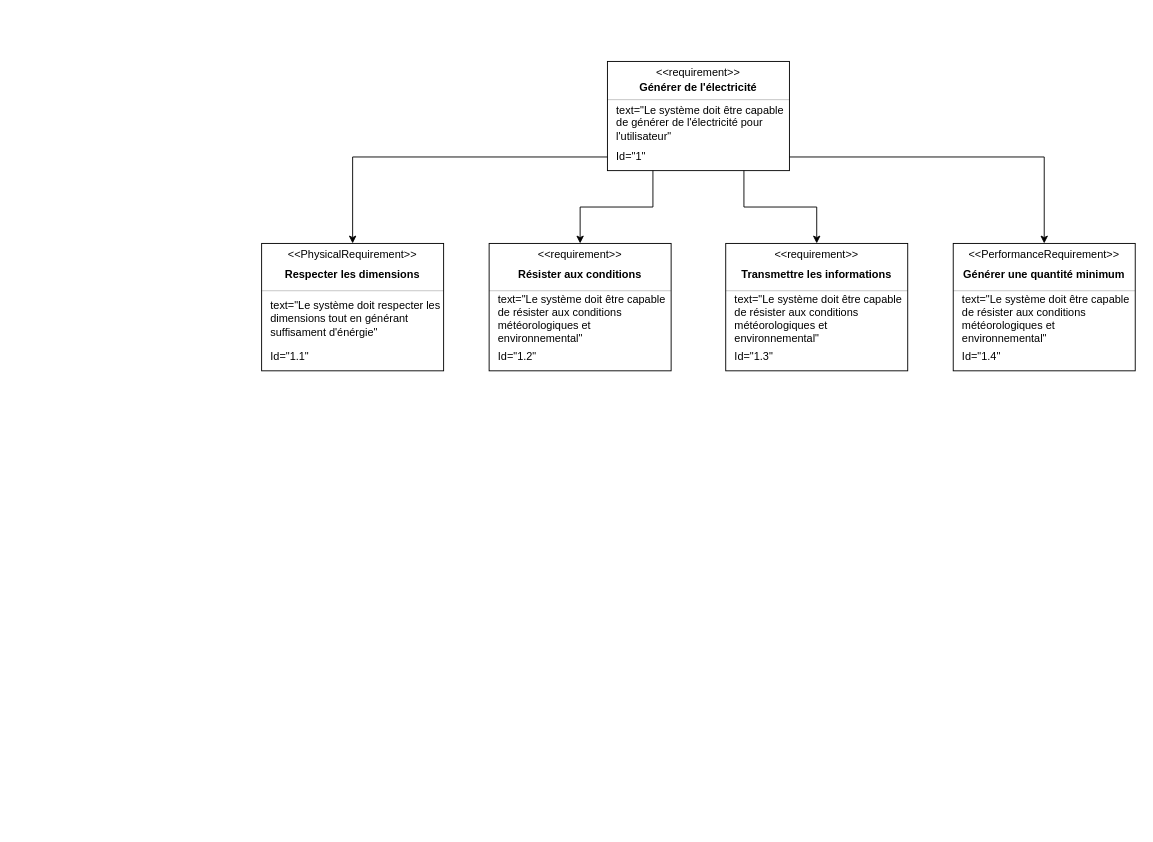
Above: Exigences.drawio in ItoKube/FrostedGlass (draw.io), before the change. Source tidied: cells renumbered, new cells numbered last; positions are measured from the earlier drawing's top-left corner, leaving out a move shared by most shapes. Both pictures are drawn from the tidied source at 91%, with x=0, y=0 at pixel (261, 61).
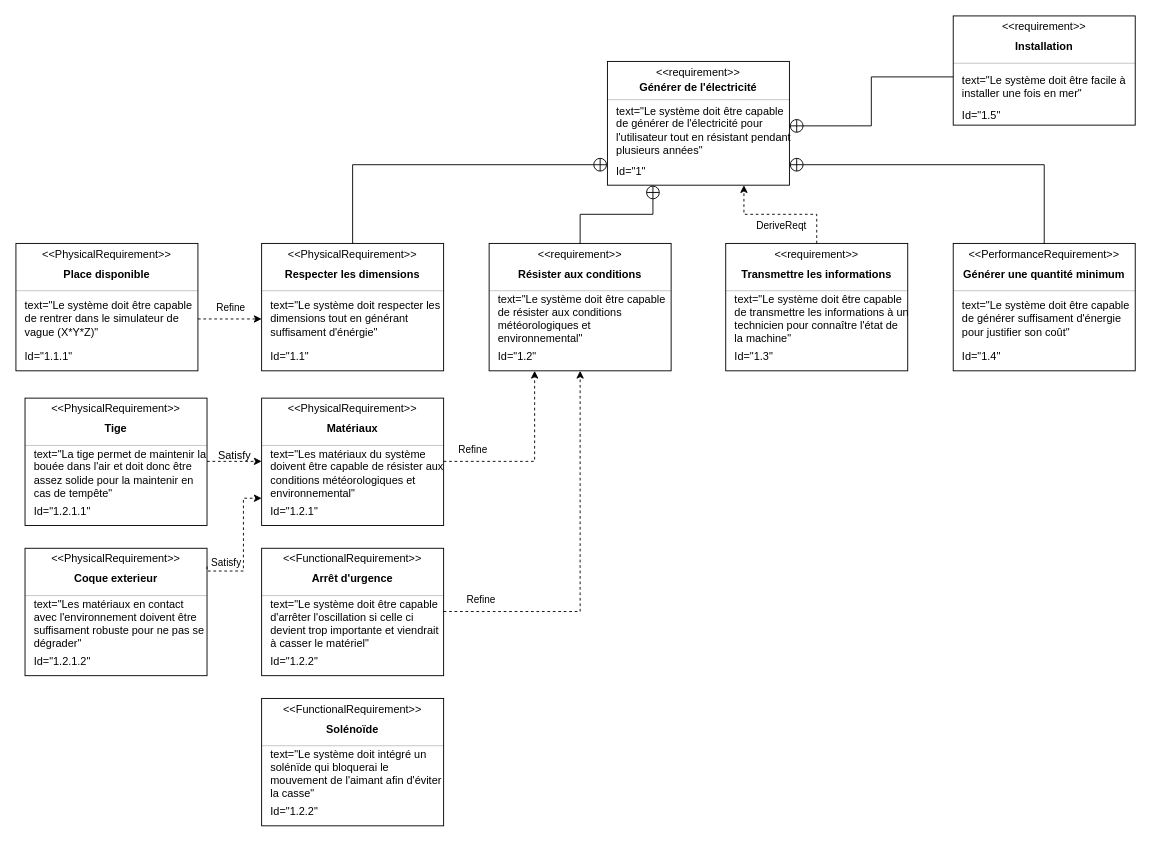
The same page after the edit.

Commit message (it also covers changes not shown here):
Mettre à jour Exigences.drawio

The change refers to these unchanged cells:
```xml
<mxCell id="10" value="&amp;lt;&amp;lt;requirement&amp;gt;&amp;gt;" style="html=1;align=center;spacing=0;verticalAlign=middle;strokeColor=none;fillColor=none;whiteSpace=wrap;spacingTop=3;" parent="9" vertex="1">
  <mxGeometry width="200" height="20" as="geometry" />
</mxCell>
<mxCell id="14" value="Id=&quot;1.2&quot;" style="html=1;align=left;spacing=0;verticalAlign=middle;strokeColor=none;fillColor=none;whiteSpace=wrap;spacingLeft=10;" parent="9" vertex="1">
  <mxGeometry y="110" width="200" height="30" as="geometry" />
</mxCell>
<mxCell id="16" style="fontStyle=1;align=center;verticalAlign=middle;horizontal=1;" parent="1" vertex="1">
  <mxGeometry x="510" y="200" width="200" height="140" as="geometry" />
</mxCell>
<mxCell id="17" value="&amp;lt;&amp;lt;requirement&amp;gt;&amp;gt;" style="html=1;align=center;spacing=0;verticalAlign=middle;strokeColor=none;fillColor=none;whiteSpace=wrap;spacingTop=3;" parent="16" vertex="1">
  <mxGeometry width="200" height="20" as="geometry" />
</mxCell>
<mxCell id="23" style="fontStyle=1;align=center;verticalAlign=middle;horizontal=1;" parent="1" vertex="1">
  <mxGeometry x="760" y="200" width="200" height="140" as="geometry" />
</mxCell>
<mxCell id="24" value="&amp;lt;&amp;lt;PerformanceRequirement&amp;gt;&amp;gt;" style="html=1;align=center;spacing=0;verticalAlign=middle;strokeColor=none;fillColor=none;whiteSpace=wrap;spacingTop=3;" parent="23" vertex="1">
  <mxGeometry width="200" height="20" as="geometry" />
</mxCell>
<mxCell id="31" value="&amp;lt;&amp;lt;PhysicalRequirement&amp;gt;&amp;gt;" style="html=1;align=center;spacing=0;verticalAlign=middle;strokeColor=none;fillColor=none;whiteSpace=wrap;spacingTop=3;" parent="30" vertex="1">
  <mxGeometry width="200" height="20" as="geometry" />
</mxCell>
<mxCell id="34" value="text=&quot;Le système doit respecter les dimensions tout en générant suffisament d'énérgie&quot;" style="html=1;align=left;spacing=0;verticalAlign=middle;strokeColor=none;fillColor=none;whiteSpace=wrap;spacingLeft=10;" parent="30" vertex="1">
  <mxGeometry y="56" width="200" height="54" as="geometry" />
</mxCell>
```

What changed in the source:
```diff
@@
     <mxCell id="2" style="fontStyle=1;align=center;verticalAlign=middle;horizontal=1;" parent="1" vertex="1">
-      <mxGeometry x="380" width="200" height="120" as="geometry" />
+      <mxGeometry x="380" width="200" height="136" as="geometry" />
     </mxCell>
@@
-    <mxCell id="6" value="text=&quot;Le système doit être capable de générer de l'électricité pour l'utilisateur&quot;" style="html=1;align=left;spacing=0;verticalAlign=middle;strokeColor=none;fillColor=none;whiteSpace=wrap;spacingLeft=10;" parent="2" vertex="1">
-      <mxGeometry y="46" width="200" height="44" as="geometry" />
+    <mxCell id="6" value="text=&quot;Le système doit être capable de générer de l'électricité pour l'utilisateur tout en résistant pendant plusieurs années&quot;" style="html=1;align=left;spacing=0;verticalAlign=middle;strokeColor=none;fillColor=none;whiteSpace=wrap;spacingLeft=10;" parent="2" vertex="1">
+      <mxGeometry y="46" width="200" height="60" as="geometry" />
     </mxCell>
     <mxCell id="7" value="Id=&quot;1&quot;" style="html=1;align=left;spacing=0;verticalAlign=middle;strokeColor=none;fillColor=none;whiteSpace=wrap;spacingLeft=10;" parent="2" vertex="1">
-      <mxGeometry y="90" width="200" height="30" as="geometry" />
+      <mxGeometry y="106" width="200" height="30" as="geometry" />
     </mxCell>
     <mxCell id="8" style="html=1;align=center;spacing=0;verticalAlign=middle;strokeColor=none;fillColor=none;whiteSpace=wrap;" parent="2" vertex="1">
-      <mxGeometry y="120" width="200" as="geometry" />
+      <mxGeometry y="136" width="200" as="geometry" />
     </mxCell>
@@
-    <mxCell id="20" value="text=&quot;Le système doit être capable de résister aux conditions météorologiques et environnemental&quot;" style="html=1;align=left;spacing=0;verticalAlign=middle;strokeColor=none;fillColor=none;whiteSpace=wrap;spacingLeft=10;" parent="16" vertex="1">
+    <mxCell id="20" value="text=&quot;Le système doit être capable de transmettre les informations à un technicien pour connaître l'état de la machine&quot;" style="html=1;align=left;spacing=0;verticalAlign=middle;strokeColor=none;fillColor=none;whiteSpace=wrap;spacingLeft=10;" parent="16" vertex="1">
       <mxGeometry y="56" width="200" height="54" as="geometry" />
     </mxCell>
@@
-    <mxCell id="27" value="text=&quot;Le système doit être capable de résister aux conditions météorologiques et environnemental&quot;" style="html=1;align=left;spacing=0;verticalAlign=middle;strokeColor=none;fillColor=none;whiteSpace=wrap;spacingLeft=10;" parent="23" vertex="1">
+    <mxCell id="27" value="text=&quot;Le système doit être capable de générer suffisament d'énergie pour justifier son coût&quot;" style="html=1;align=left;spacing=0;verticalAlign=middle;strokeColor=none;fillColor=none;whiteSpace=wrap;spacingLeft=10;" parent="23" vertex="1">
       <mxGeometry y="56" width="200" height="54" as="geometry" />
     </mxCell>
@@
-    <mxCell id="37" style="edgeStyle=orthogonalEdgeStyle;rounded=0;jettySize=auto;html=1;entryX=0.5;entryY=0;entryDx=0;entryDy=0;" parent="1" edge="1" source="7" target="31">
-      <mxGeometry relative="1" as="geometry" />
-    </mxCell>
-    <mxCell id="38" style="edgeStyle=orthogonalEdgeStyle;rounded=0;jettySize=auto;html=1;entryX=0.5;entryY=0;entryDx=0;entryDy=0;" parent="1" edge="1" source="7" target="24">
-      <mxGeometry relative="1" as="geometry" />
-    </mxCell>
-    <mxCell id="39" style="edgeStyle=orthogonalEdgeStyle;rounded=0;jettySize=auto;html=1;exitX=0.25;exitY=1;exitDx=0;exitDy=0;entryX=0.5;entryY=0;entryDx=0;entryDy=0;" parent="1" edge="1" source="7" target="10">
-      <mxGeometry relative="1" as="geometry" />
-    </mxCell>
-    <mxCell id="40" style="edgeStyle=orthogonalEdgeStyle;rounded=0;jettySize=auto;html=1;exitX=0.75;exitY=1;exitDx=0;exitDy=0;entryX=0.5;entryY=0;entryDx=0;entryDy=0;" parent="1" edge="1" source="7" target="17">
-      <mxGeometry relative="1" as="geometry" />
-    </mxCell>
+    <mxCell id="41" style="edgeStyle=orthogonalEdgeStyle;rounded=0;jettySize=auto;html=1;exitX=0.5;exitY=0;exitDx=0;exitDy=0;entryX=0;entryY=0.25;entryDx=0;entryDy=0;endArrow=circlePlus;endFill=0;" parent="1" edge="1" source="31" target="7">
+      <mxGeometry relative="1" as="geometry" />
+    </mxCell>
+    <mxCell id="42" style="edgeStyle=orthogonalEdgeStyle;rounded=0;jettySize=auto;html=1;exitX=0.5;exitY=0;exitDx=0;exitDy=0;entryX=1;entryY=0.25;entryDx=0;entryDy=0;endArrow=circlePlus;endFill=0;" parent="1" edge="1" source="24" target="7">
+      <mxGeometry relative="1" as="geometry" />
+    </mxCell>
+    <mxCell id="43" style="edgeStyle=orthogonalEdgeStyle;rounded=0;jettySize=auto;html=1;exitX=0.5;exitY=0;exitDx=0;exitDy=0;entryX=0.75;entryY=1;entryDx=0;entryDy=0;endArrow=classic;endFill=1;dashed=1;" parent="1" edge="1" source="17" target="7">
+      <mxGeometry relative="1" as="geometry" />
+    </mxCell>
+    <mxCell id="44" value="DeriveReqt" style="edgeLabel;html=1;align=center;verticalAlign=middle;" parent="43" vertex="1">
+      <mxGeometry x="0.33" y="2" relative="1" as="geometry">
+        <mxPoint x="24" y="10" as="offset" />
+      </mxGeometry>
+    </mxCell>
+    <mxCell id="45" style="edgeStyle=orthogonalEdgeStyle;rounded=0;jettySize=auto;html=1;exitX=0.5;exitY=0;exitDx=0;exitDy=0;entryX=0.25;entryY=1;entryDx=0;entryDy=0;endArrow=circlePlus;endFill=0;" parent="1" edge="1" source="10" target="7">
+      <mxGeometry relative="1" as="geometry" />
+    </mxCell>
+    <mxCell id="46" style="fontStyle=1;align=center;verticalAlign=middle;horizontal=1;" parent="1" vertex="1">
+      <mxGeometry x="760" y="-50" width="200" height="120" as="geometry" />
+    </mxCell>
+    <mxCell id="47" value="&amp;lt;&amp;lt;requirement&amp;gt;&amp;gt;" style="html=1;align=center;spacing=0;verticalAlign=middle;strokeColor=none;fillColor=none;whiteSpace=wrap;spacingTop=3;" parent="46" vertex="1">
+      <mxGeometry width="200" height="20" as="geometry" />
+    </mxCell>
+    <mxCell id="48" value="Installation" style="html=1;align=center;spacing=0;verticalAlign=middle;strokeColor=none;fillColor=none;whiteSpace=wrap;fontStyle=1;" parent="46" vertex="1">
+      <mxGeometry y="20" width="200" height="28" as="geometry" />
+    </mxCell>
+    <mxCell id="49" style="line;strokeWidth=0.25;fillColor=none;align=left;verticalAlign=middle;spacingTop=-1;spacingLeft=3;spacingRight=3;labelPosition=right;" parent="46" vertex="1">
+      <mxGeometry y="48" width="200" height="8" as="geometry" />
+    </mxCell>
+    <mxCell id="50" value="text=&quot;Le système doit être facile à installer une fois en mer&quot;" style="html=1;align=left;spacing=0;verticalAlign=middle;strokeColor=none;fillColor=none;whiteSpace=wrap;spacingLeft=10;" parent="46" vertex="1">
+      <mxGeometry y="56" width="200" height="44" as="geometry" />
+    </mxCell>
+    <mxCell id="51" value="Id=&quot;1.5&quot;" style="html=1;align=left;spacing=0;verticalAlign=middle;strokeColor=none;fillColor=none;whiteSpace=wrap;spacingLeft=10;" parent="46" vertex="1">
+      <mxGeometry y="100" width="200" height="20" as="geometry" />
+    </mxCell>
+    <mxCell id="52" style="html=1;align=center;spacing=0;verticalAlign=middle;strokeColor=none;fillColor=none;whiteSpace=wrap;" parent="46" vertex="1">
+      <mxGeometry y="120" width="200" as="geometry" />
+    </mxCell>
+    <mxCell id="53" style="edgeStyle=orthogonalEdgeStyle;rounded=0;jettySize=auto;html=1;exitX=0;exitY=0.25;exitDx=0;exitDy=0;entryX=1;entryY=0.414;entryDx=0;entryDy=0;entryPerimeter=0;endArrow=circlePlus;endFill=0;" parent="1" edge="1" source="50" target="6">
+      <mxGeometry relative="1" as="geometry" />
+    </mxCell>
+    <mxCell id="54" style="fontStyle=1;align=center;verticalAlign=middle;horizontal=1;" parent="1" vertex="1">
+      <mxGeometry x="-270" y="200" width="200" height="140" as="geometry" />
+    </mxCell>
+    <mxCell id="55" value="&amp;lt;&amp;lt;PhysicalRequirement&amp;gt;&amp;gt;" style="html=1;align=center;spacing=0;verticalAlign=middle;strokeColor=none;fillColor=none;whiteSpace=wrap;spacingTop=3;" parent="54" vertex="1">
+      <mxGeometry width="200" height="20" as="geometry" />
+    </mxCell>
+    <mxCell id="56" value="Place disponible" style="html=1;align=center;spacing=0;verticalAlign=middle;strokeColor=none;fillColor=none;whiteSpace=wrap;fontStyle=1;" parent="54" vertex="1">
+      <mxGeometry y="20" width="200" height="28" as="geometry" />
+    </mxCell>
+    <mxCell id="57" style="line;strokeWidth=0.25;fillColor=none;align=left;verticalAlign=middle;spacingTop=-1;spacingLeft=3;spacingRight=3;labelPosition=right;" parent="54" vertex="1">
+      <mxGeometry y="48" width="200" height="8" as="geometry" />
+    </mxCell>
+    <mxCell id="58" value="text=&quot;Le système doit être capable de rentrer dans le simulateur de vague (X*Y*Z)&quot;" style="html=1;align=left;spacing=0;verticalAlign=middle;strokeColor=none;fillColor=none;whiteSpace=wrap;spacingLeft=10;" parent="54" vertex="1">
+      <mxGeometry y="56" width="200" height="54" as="geometry" />
+    </mxCell>
+    <mxCell id="59" value="Id=&quot;1.1.1&quot;" style="html=1;align=left;spacing=0;verticalAlign=middle;strokeColor=none;fillColor=none;whiteSpace=wrap;spacingLeft=10;" parent="54" vertex="1">
+      <mxGeometry y="110" width="200" height="30" as="geometry" />
+    </mxCell>
+    <mxCell id="60" style="html=1;align=center;spacing=0;verticalAlign=middle;strokeColor=none;fillColor=none;whiteSpace=wrap;" parent="54" vertex="1">
+      <mxGeometry y="140" width="200" as="geometry" />
+    </mxCell>
+    <mxCell id="61" style="edgeStyle=orthogonalEdgeStyle;rounded=0;jettySize=auto;html=1;entryX=0;entryY=0.5;entryDx=0;entryDy=0;dashed=1;" parent="1" edge="1" source="58" target="34">
+      <mxGeometry relative="1" as="geometry" />
+    </mxCell>
+    <mxCell id="62" value="Refine" style="edgeLabel;html=1;align=center;verticalAlign=middle;" parent="61" vertex="1">
+      <mxGeometry x="0.01" relative="1" as="geometry">
+        <mxPoint y="-13" as="offset" />
+      </mxGeometry>
+    </mxCell>
+    <mxCell id="63" style="fontStyle=1;align=center;verticalAlign=middle;horizontal=1;" parent="1" vertex="1">
+      <mxGeometry y="370" width="200" height="140" as="geometry" />
+    </mxCell>
+    <mxCell id="64" value="&amp;lt;&amp;lt;PhysicalRequirement&amp;gt;&amp;gt;" style="html=1;align=center;spacing=0;verticalAlign=middle;strokeColor=none;fillColor=none;whiteSpace=wrap;spacingTop=3;" parent="63" vertex="1">
+      <mxGeometry width="200" height="20" as="geometry" />
+    </mxCell>
+    <mxCell id="65" value="Matériaux" style="html=1;align=center;spacing=0;verticalAlign=middle;strokeColor=none;fillColor=none;whiteSpace=wrap;fontStyle=1;" parent="63" vertex="1">
+      <mxGeometry y="20" width="200" height="28" as="geometry" />
+    </mxCell>
+    <mxCell id="66" style="line;strokeWidth=0.25;fillColor=none;align=left;verticalAlign=middle;spacingTop=-1;spacingLeft=3;spacingRight=3;labelPosition=right;" parent="63" vertex="1">
+      <mxGeometry y="48" width="200" height="8" as="geometry" />
+    </mxCell>
+    <mxCell id="67" value="text=&quot;Les matériaux du système doivent être capable de résister aux conditions météorologiques et environnemental&quot;" style="html=1;align=left;spacing=0;verticalAlign=middle;strokeColor=none;fillColor=none;whiteSpace=wrap;spacingLeft=10;" parent="63" vertex="1">
+      <mxGeometry y="56" width="200" height="54" as="geometry" />
+    </mxCell>
+    <mxCell id="68" value="Id=&quot;1.2.1&quot;" style="html=1;align=left;spacing=0;verticalAlign=middle;strokeColor=none;fillColor=none;whiteSpace=wrap;spacingLeft=10;" parent="63" vertex="1">
+      <mxGeometry y="110" width="200" height="30" as="geometry" />
+    </mxCell>
+    <mxCell id="69" style="html=1;align=center;spacing=0;verticalAlign=middle;strokeColor=none;fillColor=none;whiteSpace=wrap;" parent="63" vertex="1">
+      <mxGeometry y="140" width="200" as="geometry" />
+    </mxCell>
+    <mxCell id="70" style="fontStyle=1;align=center;verticalAlign=middle;horizontal=1;" parent="1" vertex="1">
+      <mxGeometry y="535" width="200" height="140" as="geometry" />
+    </mxCell>
+    <mxCell id="71" value="&amp;lt;&amp;lt;FunctionalRequirement&amp;gt;&amp;gt;" style="html=1;align=center;spacing=0;verticalAlign=middle;strokeColor=none;fillColor=none;whiteSpace=wrap;spacingTop=3;" parent="70" vertex="1">
+      <mxGeometry width="200" height="20" as="geometry" />
+    </mxCell>
+    <mxCell id="72" value="Arrêt d'urgence" style="html=1;align=center;spacing=0;verticalAlign=middle;strokeColor=none;fillColor=none;whiteSpace=wrap;fontStyle=1;" parent="70" vertex="1">
+      <mxGeometry y="20" width="200" height="28" as="geometry" />
+    </mxCell>
+    <mxCell id="73" style="line;strokeWidth=0.25;fillColor=none;align=left;verticalAlign=middle;spacingTop=-1;spacingLeft=3;spacingRight=3;labelPosition=right;" parent="70" vertex="1">
+      <mxGeometry y="48" width="200" height="8" as="geometry" />
+    </mxCell>
+    <mxCell id="74" value="text=&quot;Le système doit être capable d'arrêter l'oscillation si celle ci devient trop importante et viendrait à casser le matériel&quot;" style="html=1;align=left;spacing=0;verticalAlign=middle;strokeColor=none;fillColor=none;whiteSpace=wrap;spacingLeft=10;" parent="70" vertex="1">
+      <mxGeometry y="56" width="200" height="54" as="geometry" />
+    </mxCell>
+    <mxCell id="75" value="Id=&quot;1.2.2&quot;" style="html=1;align=left;spacing=0;verticalAlign=middle;strokeColor=none;fillColor=none;whiteSpace=wrap;spacingLeft=10;" parent="70" vertex="1">
+      <mxGeometry y="110" width="200" height="30" as="geometry" />
+    </mxCell>
+    <mxCell id="76" style="html=1;align=center;spacing=0;verticalAlign=middle;strokeColor=none;fillColor=none;whiteSpace=wrap;" parent="70" vertex="1">
+      <mxGeometry y="140" width="200" as="geometry" />
+    </mxCell>
+    <mxCell id="77" style="edgeStyle=orthogonalEdgeStyle;rounded=0;jettySize=auto;html=1;exitX=1;exitY=0.25;exitDx=0;exitDy=0;entryX=0.25;entryY=1;entryDx=0;entryDy=0;dashed=1;" parent="1" edge="1" source="67" target="14">
+      <mxGeometry relative="1" as="geometry" />
+    </mxCell>
+    <mxCell id="78" value="Refine" style="edgeLabel;html=1;align=center;verticalAlign=middle;" parent="77" vertex="1">
+      <mxGeometry x="-0.69" y="-2" relative="1" as="geometry">
+        <mxPoint y="-15" as="offset" />
+      </mxGeometry>
+    </mxCell>
+    <mxCell id="79" style="edgeStyle=orthogonalEdgeStyle;rounded=0;jettySize=auto;html=1;exitX=1;exitY=0.25;exitDx=0;exitDy=0;entryX=0.5;entryY=1;entryDx=0;entryDy=0;dashed=1;" parent="1" edge="1" source="74" target="14">
+      <mxGeometry relative="1" as="geometry" />
+    </mxCell>
+    <mxCell id="80" value="Refine" style="edgeLabel;html=1;align=center;verticalAlign=middle;" parent="79" vertex="1">
+      <mxGeometry x="-0.79" relative="1" as="geometry">
+        <mxPoint x="-4" y="-13" as="offset" />
+      </mxGeometry>
+    </mxCell>
+    <mxCell id="81" style="fontStyle=1;align=center;verticalAlign=middle;horizontal=1;" parent="1" vertex="1">
+      <mxGeometry x="-260" y="370" width="200" height="140" as="geometry" />
+    </mxCell>
+    <mxCell id="82" value="&amp;lt;&amp;lt;PhysicalRequirement&amp;gt;&amp;gt;" style="html=1;align=center;spacing=0;verticalAlign=middle;strokeColor=none;fillColor=none;whiteSpace=wrap;spacingTop=3;" parent="81" vertex="1">
+      <mxGeometry width="200" height="20" as="geometry" />
+    </mxCell>
+    <mxCell id="83" value="Tige" style="html=1;align=center;spacing=0;verticalAlign=middle;strokeColor=none;fillColor=none;whiteSpace=wrap;fontStyle=1;" parent="81" vertex="1">
+      <mxGeometry y="20" width="200" height="28" as="geometry" />
+    </mxCell>
+    <mxCell id="84" style="line;strokeWidth=0.25;fillColor=none;align=left;verticalAlign=middle;spacingTop=-1;spacingLeft=3;spacingRight=3;labelPosition=right;" parent="81" vertex="1">
+      <mxGeometry y="48" width="200" height="8" as="geometry" />
+    </mxCell>
+    <mxCell id="85" value="text=&quot;La tige permet de maintenir la bouée dans l'air et doit donc être assez solide pour la maintenir en cas de tempête&quot;" style="html=1;align=left;spacing=0;verticalAlign=middle;strokeColor=none;fillColor=none;whiteSpace=wrap;spacingLeft=10;" parent="81" vertex="1">
+      <mxGeometry y="56" width="200" height="54" as="geometry" />
+    </mxCell>
+    <mxCell id="86" value="Id=&quot;1.2.1.1&quot;" style="html=1;align=left;spacing=0;verticalAlign=middle;strokeColor=none;fillColor=none;whiteSpace=wrap;spacingLeft=10;" parent="81" vertex="1">
+      <mxGeometry y="110" width="200" height="30" as="geometry" />
+    </mxCell>
+    <mxCell id="87" style="html=1;align=center;spacing=0;verticalAlign=middle;strokeColor=none;fillColor=none;whiteSpace=wrap;" parent="81" vertex="1">
+      <mxGeometry y="140" width="200" as="geometry" />
+    </mxCell>
+    <mxCell id="88" style="fontStyle=1;align=center;verticalAlign=middle;horizontal=1;" parent="1" vertex="1">
+      <mxGeometry x="-260" y="535" width="200" height="140" as="geometry" />
+    </mxCell>
+    <mxCell id="89" value="&amp;lt;&amp;lt;PhysicalRequirement&amp;gt;&amp;gt;" style="html=1;align=center;spacing=0;verticalAlign=middle;strokeColor=none;fillColor=none;whiteSpace=wrap;spacingTop=3;" parent="88" vertex="1">
+      <mxGeometry width="200" height="20" as="geometry" />
+    </mxCell>
+    <mxCell id="90" value="Coque exterieur" style="html=1;align=center;spacing=0;verticalAlign=middle;strokeColor=none;fillColor=none;whiteSpace=wrap;fontStyle=1;" parent="88" vertex="1">
+      <mxGeometry y="20" width="200" height="28" as="geometry" />
+    </mxCell>
+    <mxCell id="91" style="line;strokeWidth=0.25;fillColor=none;align=left;verticalAlign=middle;spacingTop=-1;spacingLeft=3;spacingRight=3;labelPosition=right;" parent="88" vertex="1">
+      <mxGeometry y="48" width="200" height="8" as="geometry" />
+    </mxCell>
+    <mxCell id="92" value="text=&quot;Les matériaux en contact avec l'environnement doivent être suffisament robuste pour ne pas se dégrader&quot;" style="html=1;align=left;spacing=0;verticalAlign=middle;strokeColor=none;fillColor=none;whiteSpace=wrap;spacingLeft=10;" parent="88" vertex="1">
+      <mxGeometry y="56" width="200" height="54" as="geometry" />
+    </mxCell>
+    <mxCell id="93" value="Id=&quot;1.2.1.2&quot;" style="html=1;align=left;spacing=0;verticalAlign=middle;strokeColor=none;fillColor=none;whiteSpace=wrap;spacingLeft=10;" parent="88" vertex="1">
+      <mxGeometry y="110" width="200" height="30" as="geometry" />
+    </mxCell>
+    <mxCell id="94" style="html=1;align=center;spacing=0;verticalAlign=middle;strokeColor=none;fillColor=none;whiteSpace=wrap;" parent="88" vertex="1">
+      <mxGeometry y="140" width="200" as="geometry" />
+    </mxCell>
+    <mxCell id="95" style="edgeStyle=orthogonalEdgeStyle;rounded=0;jettySize=auto;html=1;exitX=1;exitY=0;exitDx=0;exitDy=0;entryX=0;entryY=0;entryDx=0;entryDy=0;dashed=1;" parent="1" edge="1" source="90" target="68">
+      <mxGeometry relative="1" as="geometry">
+        <Array as="points">
+          <mxPoint x="-60" y="560" />
+          <mxPoint x="-20" y="560" />
+          <mxPoint x="-20" y="480" />
+        </Array>
+      </mxGeometry>
+    </mxCell>
+    <mxCell id="96" value="Satisfy" style="edgeLabel;html=1;align=center;verticalAlign=middle;" parent="95" vertex="1">
+      <mxGeometry x="-0.52" y="-1" relative="1" as="geometry">
+        <mxPoint x="-10" y="-11" as="offset" />
+      </mxGeometry>
+    </mxCell>
+    <mxCell id="97" style="edgeStyle=orthogonalEdgeStyle;rounded=0;jettySize=auto;html=1;exitX=1;exitY=0.25;exitDx=0;exitDy=0;entryX=0;entryY=0.25;entryDx=0;entryDy=0;dashed=1;" parent="1" edge="1" source="85" target="67">
+      <mxGeometry relative="1" as="geometry" />
+    </mxCell>
+    <mxCell id="98" value="Satisfy" style="text;html=1;align=center;verticalAlign=middle;strokeColor=none;fillColor=none;" parent="1" vertex="1">
+      <mxGeometry x="-60" y="418" width="60" height="30" as="geometry" />
+    </mxCell>
+    <mxCell id="99" style="fontStyle=1;align=center;verticalAlign=middle;horizontal=1;" parent="1" vertex="1">
+      <mxGeometry y="700" width="200" height="140" as="geometry" />
+    </mxCell>
+    <mxCell id="100" value="&amp;lt;&amp;lt;FunctionalRequirement&amp;gt;&amp;gt;" style="html=1;align=center;spacing=0;verticalAlign=middle;strokeColor=none;fillColor=none;whiteSpace=wrap;spacingTop=3;" parent="99" vertex="1">
+      <mxGeometry width="200" height="20" as="geometry" />
+    </mxCell>
+    <mxCell id="101" value="Solénoïde" style="html=1;align=center;spacing=0;verticalAlign=middle;strokeColor=none;fillColor=none;whiteSpace=wrap;fontStyle=1;" parent="99" vertex="1">
+      <mxGeometry y="20" width="200" height="28" as="geometry" />
+    </mxCell>
+    <mxCell id="102" style="line;strokeWidth=0.25;fillColor=none;align=left;verticalAlign=middle;spacingTop=-1;spacingLeft=3;spacingRight=3;labelPosition=right;" parent="99" vertex="1">
+      <mxGeometry y="48" width="200" height="8" as="geometry" />
+    </mxCell>
+    <mxCell id="103" value="text=&quot;Le système doit intégré un solénïde qui bloquerai le mouvement de l'aimant afin d'éviter la casse&quot;" style="html=1;align=left;spacing=0;verticalAlign=middle;strokeColor=none;fillColor=none;whiteSpace=wrap;spacingLeft=10;" parent="99" vertex="1">
+      <mxGeometry y="56" width="200" height="54" as="geometry" />
+    </mxCell>
+    <mxCell id="104" value="Id=&quot;1.2.2&quot;" style="html=1;align=left;spacing=0;verticalAlign=middle;strokeColor=none;fillColor=none;whiteSpace=wrap;spacingLeft=10;" parent="99" vertex="1">
+      <mxGeometry y="110" width="200" height="30" as="geometry" />
+    </mxCell>
+    <mxCell id="105" style="html=1;align=center;spacing=0;verticalAlign=middle;strokeColor=none;fillColor=none;whiteSpace=wrap;" parent="99" vertex="1">
+      <mxGeometry y="140" width="200" as="geometry" />
+    </mxCell>
```
